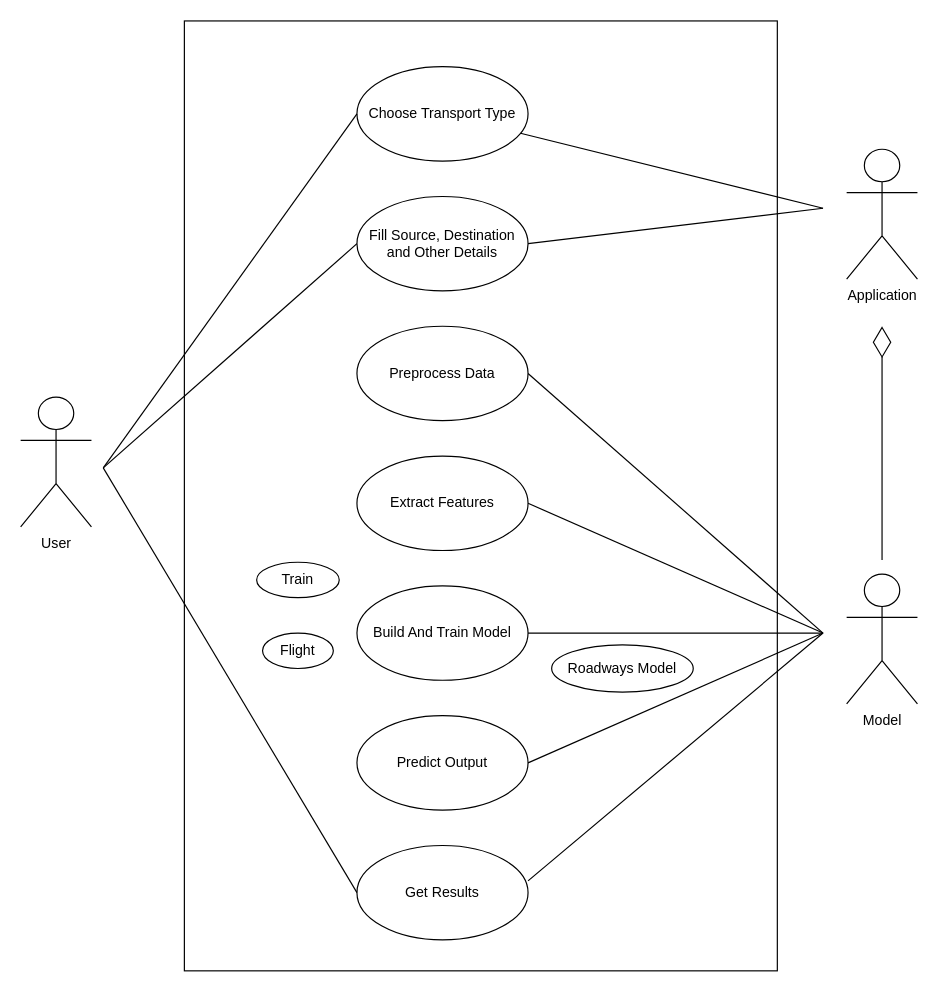
The draw.io diagram usecase.drawio in ramancodes/Diagrams, before the edit. Source tidied: cells renumbered, new cells numbered last; positions are measured from the earlier drawing's top-left corner, leaving out a move shared by most shapes. Both pictures are drawn from the tidied source at 118%, with x=0, y=0 at pixel (6, 66).
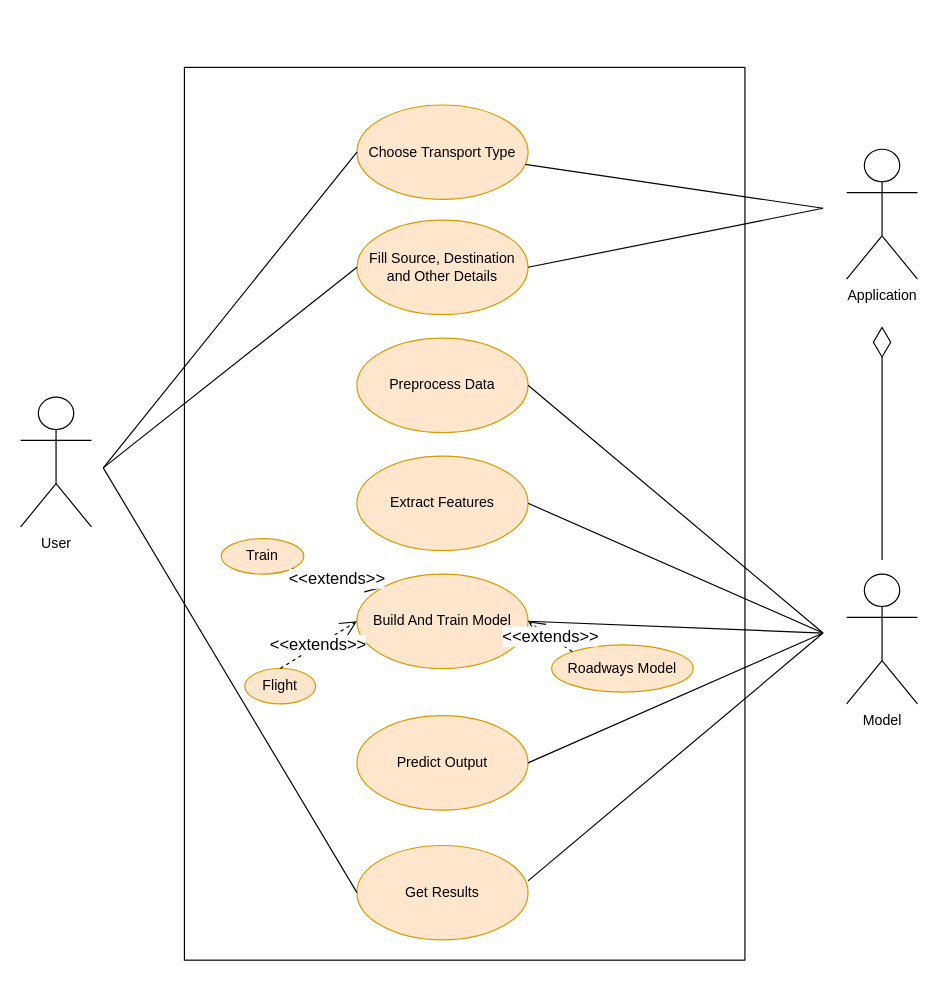
The same page after the edit.

Diff of the diagram source:
```diff
@@
     <mxCell id="2" style="rounded=0;whiteSpace=wrap;html=1;rotation=90;fillColor=none;" parent="1" vertex="1">
-      <mxGeometry x="-0.5" y="112.5" width="805" height="502.5" as="geometry" />
+      <mxGeometry x="10" y="141.4" width="756.6" height="475" as="geometry" />
     </mxCell>
-    <mxCell id="3" value="Choose Transport Type" style="ellipse;whiteSpace=wrap;html=1;" parent="1" vertex="1">
-      <mxGeometry x="297" width="145" height="80" as="geometry" />
+    <mxCell id="3" value="Choose Transport Type" style="ellipse;whiteSpace=wrap;html=1;fillColor=#ffe6cc;strokeColor=#d79b00;" parent="1" vertex="1">
+      <mxGeometry x="297" y="32.5" width="145" height="80" as="geometry" />
     </mxCell>
-    <mxCell id="4" value="Fill Source, Destination and Other Details" style="ellipse;whiteSpace=wrap;html=1;" parent="1" vertex="1">
-      <mxGeometry x="297" y="110" width="145" height="80" as="geometry" />
+    <mxCell id="4" value="Fill Source, Destination and Other Details" style="ellipse;whiteSpace=wrap;html=1;fillColor=#ffe6cc;strokeColor=#d79b00;" parent="1" vertex="1">
+      <mxGeometry x="297" y="130" width="145" height="80" as="geometry" />
     </mxCell>
-    <mxCell id="5" value="Preprocess Data" style="ellipse;whiteSpace=wrap;html=1;" parent="1" vertex="1">
-      <mxGeometry x="297" y="220" width="145" height="80" as="geometry" />
+    <mxCell id="5" value="Preprocess Data" style="ellipse;whiteSpace=wrap;html=1;fillColor=#ffe6cc;strokeColor=#d79b00;" parent="1" vertex="1">
+      <mxGeometry x="297" y="230" width="145" height="80" as="geometry" />
     </mxCell>
-    <mxCell id="6" value="Extract Features" style="ellipse;whiteSpace=wrap;html=1;" parent="1" vertex="1">
+    <mxCell id="6" value="Extract Features" style="ellipse;whiteSpace=wrap;html=1;fillColor=#ffe6cc;strokeColor=#d79b00;" parent="1" vertex="1">
       <mxGeometry x="297" y="330" width="145" height="80" as="geometry" />
     </mxCell>
-    <mxCell id="7" value="Build And Train Model" style="ellipse;whiteSpace=wrap;html=1;" parent="1" vertex="1">
-      <mxGeometry x="297" y="440" width="145" height="80" as="geometry" />
+    <mxCell id="7" value="Build And Train Model" style="ellipse;whiteSpace=wrap;html=1;fillColor=#ffe6cc;strokeColor=#d79b00;" parent="1" vertex="1">
+      <mxGeometry x="297" y="430" width="145" height="80" as="geometry" />
     </mxCell>
-    <mxCell id="8" value="Predict Output" style="ellipse;whiteSpace=wrap;html=1;" parent="1" vertex="1">
+    <mxCell id="8" value="Predict Output" style="ellipse;whiteSpace=wrap;html=1;fillColor=#ffe6cc;strokeColor=#d79b00;" parent="1" vertex="1">
       <mxGeometry x="297" y="550" width="145" height="80" as="geometry" />
     </mxCell>
-    <mxCell id="9" value="Get Results" style="ellipse;whiteSpace=wrap;html=1;" parent="1" vertex="1">
+    <mxCell id="9" value="Get Results" style="ellipse;whiteSpace=wrap;html=1;fillColor=#ffe6cc;strokeColor=#d79b00;" parent="1" vertex="1">
       <mxGeometry x="297" y="660" width="145" height="80" as="geometry" />
     </mxCell>
-    <mxCell id="10" value="Roadways Model" style="ellipse;whiteSpace=wrap;html=1;" parent="1" vertex="1">
+    <mxCell id="10" value="Roadways Model" style="ellipse;whiteSpace=wrap;html=1;fillColor=#ffe6cc;strokeColor=#d79b00;" parent="1" vertex="1">
       <mxGeometry x="462" y="490" width="120" height="40" as="geometry" />
     </mxCell>
-    <mxCell id="11" value="Train" style="ellipse;whiteSpace=wrap;html=1;" parent="1" vertex="1">
-      <mxGeometry x="212" y="420" width="70" height="30" as="geometry" />
+    <mxCell id="11" value="Train" style="ellipse;whiteSpace=wrap;html=1;fillColor=#ffe6cc;strokeColor=#d79b00;" parent="1" vertex="1">
+      <mxGeometry x="182" y="400" width="70" height="30" as="geometry" />
     </mxCell>
-    <mxCell id="12" value="Flight" style="ellipse;whiteSpace=wrap;html=1;" parent="1" vertex="1">
-      <mxGeometry x="217" y="480" width="60" height="30" as="geometry" />
+    <mxCell id="12" value="Flight" style="ellipse;whiteSpace=wrap;html=1;fillColor=#ffe6cc;strokeColor=#d79b00;" parent="1" vertex="1">
+      <mxGeometry x="202" y="510" width="60" height="30" as="geometry" />
     </mxCell>
@@
+    <mxCell id="27" value="&lt;font style=&quot;font-size: 14px;&quot;&gt;&amp;lt;&amp;lt;extends&amp;gt;&amp;gt;&lt;/font&gt;" style="endArrow=open;endSize=12;dashed=1;html=1;rounded=0;exitX=1;exitY=1;exitDx=0;exitDy=0;entryX=0;entryY=0;entryDx=0;entryDy=0;" parent="1" edge="1" source="11" target="7">
+      <mxGeometry relative="1" as="geometry" />
+    </mxCell>
+    <mxCell id="28" value="&lt;font style=&quot;font-size: 14px;&quot;&gt;&amp;lt;&amp;lt;extends&amp;gt;&amp;gt;&lt;/font&gt;" style="endArrow=open;endSize=12;dashed=1;html=1;rounded=0;entryX=0;entryY=0.5;entryDx=0;entryDy=0;exitX=0.5;exitY=0;exitDx=0;exitDy=0;" parent="1" edge="1" source="12" target="7">
+      <mxGeometry relative="1" as="geometry" />
+    </mxCell>
+    <mxCell id="29" value="&lt;font style=&quot;font-size: 14px;&quot;&gt;&amp;lt;&amp;lt;extends&amp;gt;&amp;gt;&lt;/font&gt;" style="endArrow=open;endSize=12;dashed=1;html=1;rounded=0;exitX=0;exitY=0;exitDx=0;exitDy=0;entryX=1;entryY=0.5;entryDx=0;entryDy=0;" parent="1" edge="1" source="10" target="7">
+      <mxGeometry relative="1" as="geometry" />
+    </mxCell>
```
